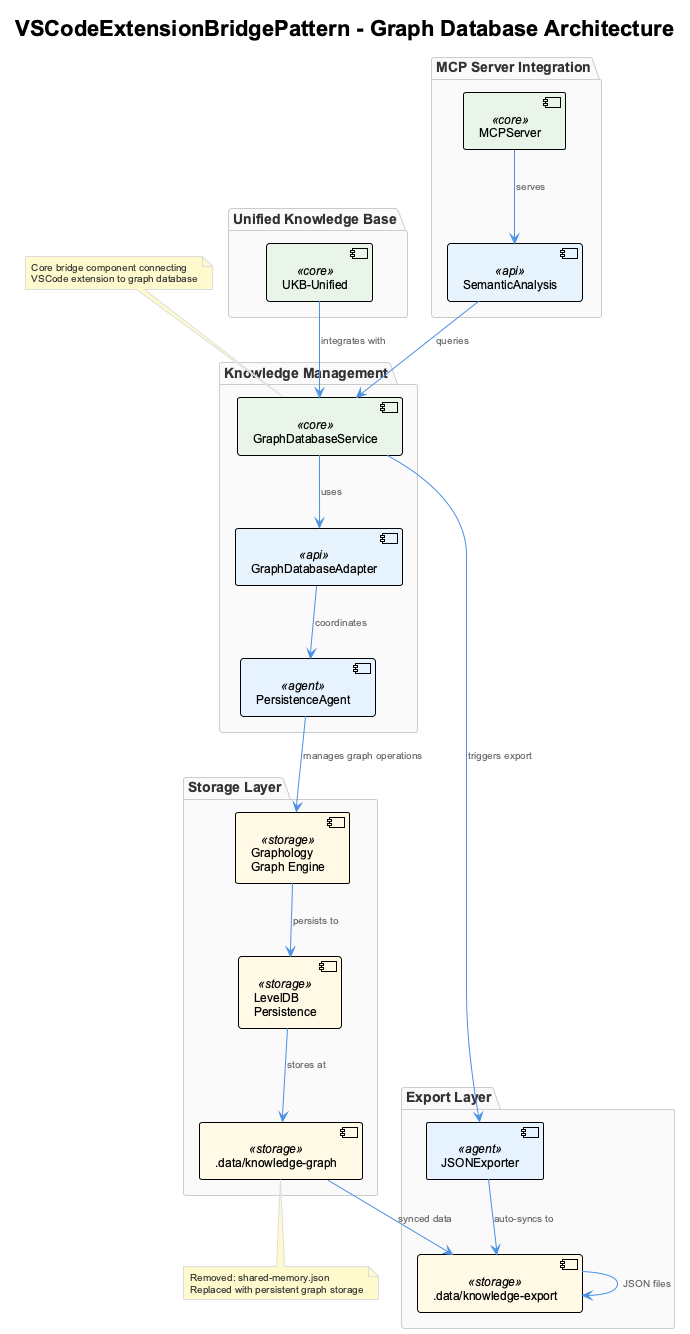
The PlantUML diagram knowledge-management/insights/images/vscode-extension-bridge-pattern-architecture.png in fwornle/coding, before a commit. Its diagram source:
```plantuml
@startuml
!include /Users/q284340/Agentic/coding/docs/puml/_standard-style.puml

title VSCodeExtensionBridgePattern - Graph Database Architecture

package "Knowledge Management" {
    component [GraphDatabaseService] as GDS <<core>>
    component [GraphDatabaseAdapter] as GDA <<api>>
    component [PersistenceAgent] as PA <<agent>>
}

package "Unified Knowledge Base" {
    component [UKB-Unified] as UKB <<core>>
}

package "MCP Server Integration" {
    component [SemanticAnalysis] as SA <<api>>
    component [MCPServer] as MCP <<core>>
}

package "Storage Layer" {
    database [Graphology\nGraph Engine] as GE <<storage>>
    database [LevelDB\nPersistence] as LDB <<storage>>
    folder [.data/knowledge-graph] as KGData <<storage>>
}

package "Export Layer" {
    folder [.data/knowledge-export] as Export <<storage>>
    component [JSONExporter] as JE <<agent>>
}

GDS --> GDA : uses
GDA --> PA : coordinates
PA --> GE : manages graph operations
GE --> LDB : persists to
LDB --> KGData : stores at

UKB --> GDS : integrates with
SA --> GDS : queries
MCP --> SA : serves

GDS --> JE : triggers export
JE --> Export : auto-syncs to
Export --> Export : JSON files

KGData --> Export : synced data

note top of GDS : Core bridge component connecting\nVSCode extension to graph database
note bottom of KGData : Removed: shared-memory.json\nReplaced with persistent graph storage

@enduml
```
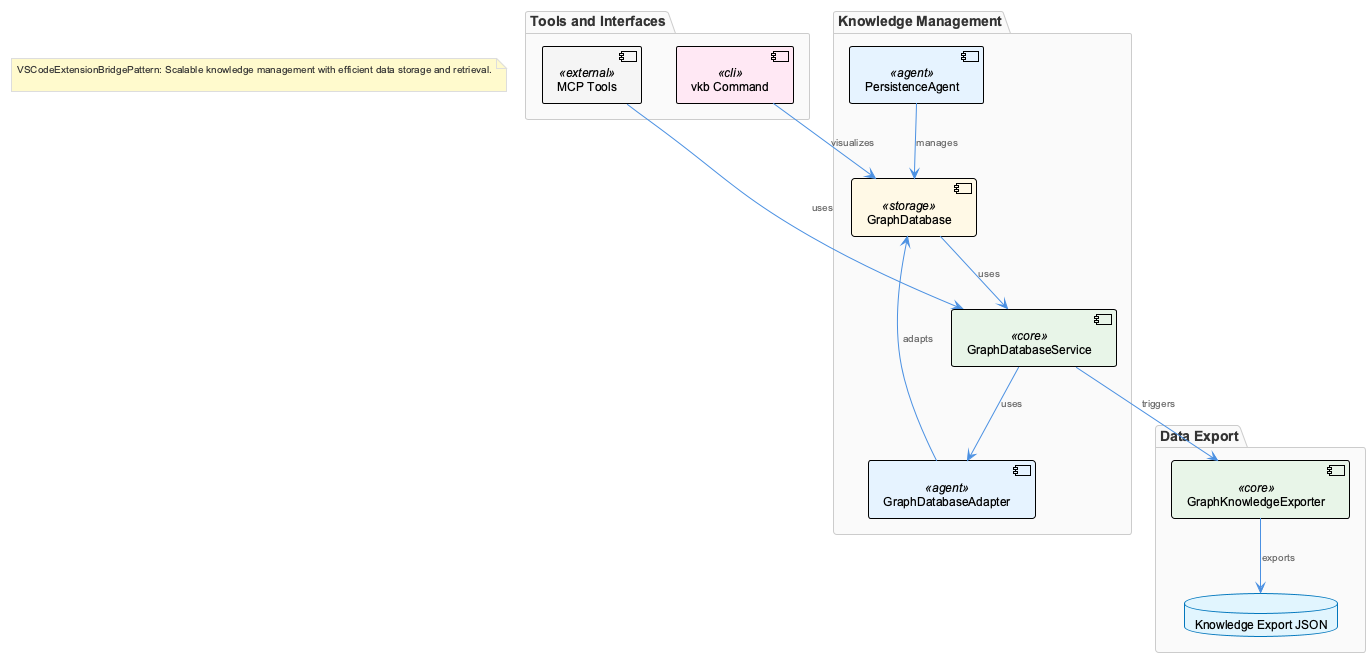
The same diagram one commit later.

The edit, as a diff of the source:
```diff
@@ -1,51 +1,35 @@
 @startuml
 !include /Users/q284340/Agentic/coding/docs/puml/_standard-style.puml
 
-title VSCodeExtensionBridgePattern - Graph Database Architecture
-
 package "Knowledge Management" {
-    component [GraphDatabaseService] as GDS <<core>>
-    component [GraphDatabaseAdapter] as GDA <<api>>
-    component [PersistenceAgent] as PA <<agent>>
+  component "GraphDatabase" as graphdb <<storage>>
+  component "GraphDatabaseService" as gds <<core>>
+  component "GraphDatabaseAdapter" as gda <<agent>>
+  component "PersistenceAgent" as pa <<agent>>
 }
 
-package "Unified Knowledge Base" {
-    component [UKB-Unified] as UKB <<core>>
+package "Data Export" {
+  component "GraphKnowledgeExporter" as gke <<core>>
+  database "Knowledge Export JSON" as kejson
 }
 
-package "MCP Server Integration" {
-    component [SemanticAnalysis] as SA <<api>>
-    component [MCPServer] as MCP <<core>>
+package "Tools and Interfaces" {
+  component "MCP Tools" as mcptools <<external>>
+  component "vkb Command" as vkb <<cli>>
 }
 
-package "Storage Layer" {
-    database [Graphology\nGraph Engine] as GE <<storage>>
-    database [LevelDB\nPersistence] as LDB <<storage>>
-    folder [.data/knowledge-graph] as KGData <<storage>>
-}
+graphdb --> gds : uses
+gds --> gda : uses
+gda --> graphdb : adapts
+gds --> gke : triggers
+gke --> kejson : exports
+mcptools --> gds : uses
+vkb --> graphdb : visualizes
+pa --> graphdb : manages
 
-package "Export Layer" {
-    folder [.data/knowledge-export] as Export <<storage>>
-    component [JSONExporter] as JE <<agent>>
-}
+note as AutoNote1
+  VSCodeExtensionBridgePattern: Scalable knowledge management with efficient data storage and retrieval.
 
-GDS --> GDA : uses
-GDA --> PA : coordinates
-PA --> GE : manages graph operations
-GE --> LDB : persists to
-LDB --> KGData : stores at
-
-UKB --> GDS : integrates with
-SA --> GDS : queries
-MCP --> SA : serves
-
-GDS --> JE : triggers export
-JE --> Export : auto-syncs to
-Export --> Export : JSON files
-
-KGData --> Export : synced data
-
-note top of GDS : Core bridge component connecting\nVSCode extension to graph database
-note bottom of KGData : Removed: shared-memory.json\nReplaced with persistent graph storage
+end note
 
 @enduml
```
